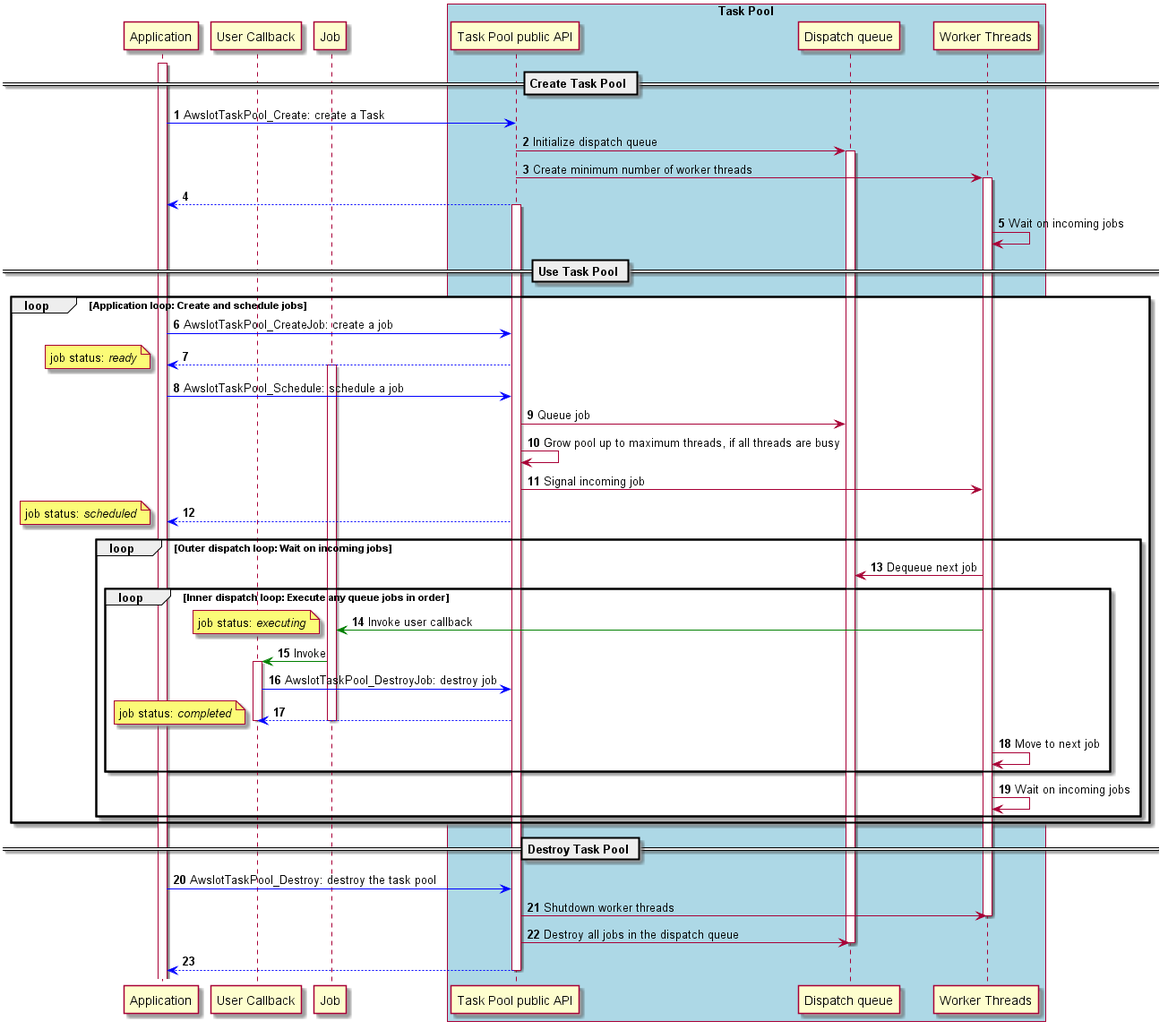
aws/aws-iot-device-sdk-embedded-C keeps this PlantUML diagram as doc/plantuml/images/taskpool_design_typicaloperation.png. Above is the earlier version. Source of this version:
```plantuml
@startuml
skinparam classFontSize 8
skinparam classFontName Helvetica
autonumber

participant "Application" as app
participant "User Callback" as callback
participant "Job" as job

participant "Task Pool public API" as TP
participant "Dispatch queue" as queue
participant "Worker Threads" as workers

box "Task Pool" #LightBlue
    participant TP
    participant queue
    participant workers
end box

== Create Task Pool ==

activate app

app -[#blue]> TP: AwsIotTaskPool_Create: create a Task
TP -> queue: Initialize dispatch queue
activate queue
TP -> workers: Create minimum number of worker threads
activate workers
TP --[#blue]> app
activate TP
workers -> workers: Wait on incoming jobs

== Use Task Pool ==

loop Application loop: Create and schedule jobs
	app -[#blue]> TP: AwsIotTaskPool_CreateJob: create a job
	TP --[#blue]> app
	activate job
	note left: job status: //ready//

	app -[#blue]> TP: AwsIotTaskPool_Schedule: schedule a job
	TP -> queue: Queue job
	TP -> TP: Grow pool up to maximum threads, if all threads are busy
	TP -> workers: Signal incoming job
	TP --[#blue]> app
	note left: job status: //scheduled//

	loop Outer dispatch loop: Wait on incoming jobs
		workers -> queue: Dequeue next job
		loop Inner dispatch loop: Execute any queue jobs in order
			workers -[#green]> job: Invoke user callback
			note left: job status: //executing//
			job -[#green]> callback: Invoke
			activate callback
			callback -[#blue]> TP: AwsIotTaskPool_DestroyJob: destroy job
			TP --[#blue]> callback
			note left: job status: //completed//
			deactivate job
			deactivate callback
			workers -> workers: Move to next job
		end
		workers -> workers: Wait on incoming jobs
	end

end

== Destroy Task Pool ==

    app -[#blue]> TP: AwsIotTaskPool_Destroy: destroy the task pool
	TP -> workers: Shutdown worker threads
	deactivate workers
	TP -> queue: Destroy all jobs in the dispatch queue
	deactivate queue
    TP --[#blue]> app
	deactivate TP

@enduml
```
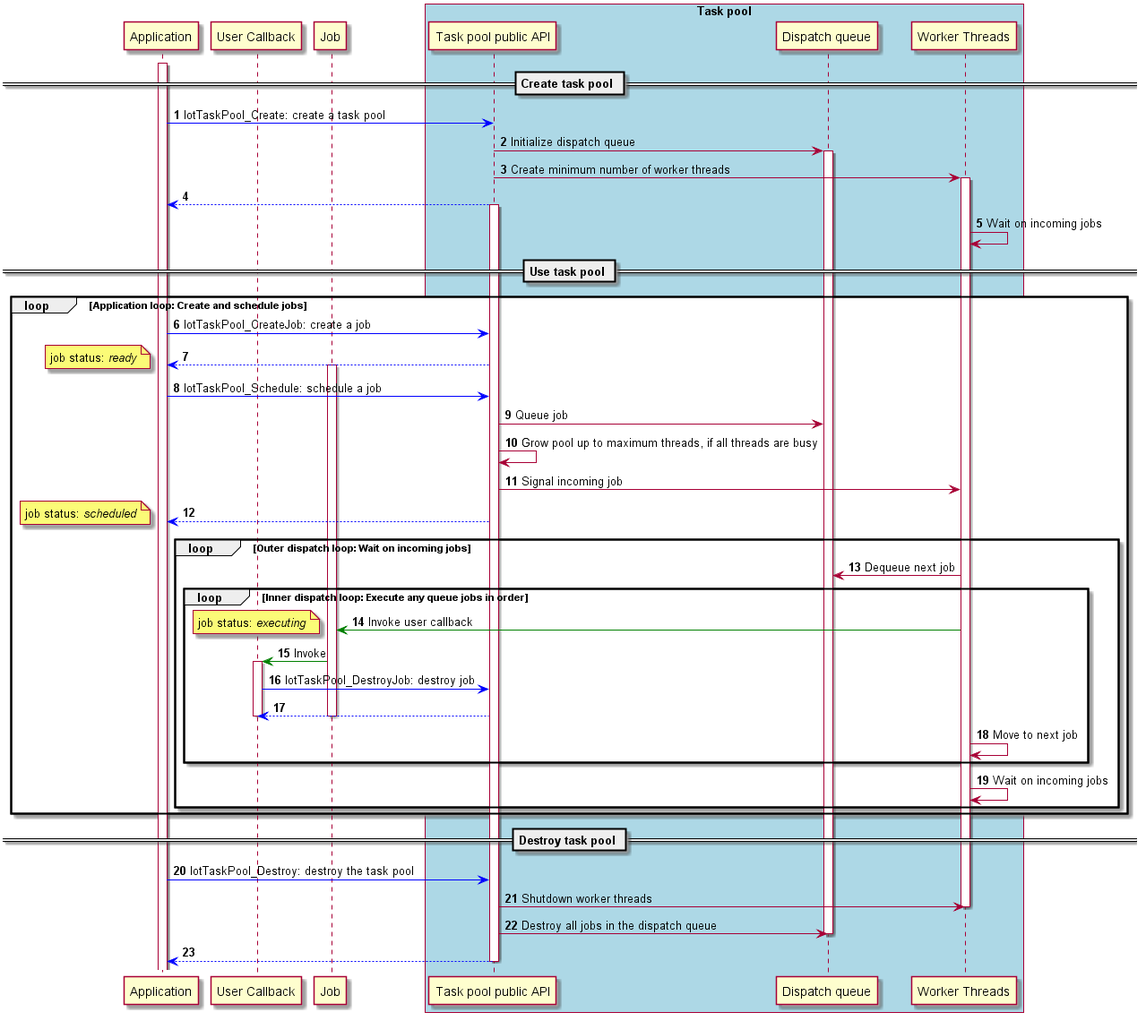
After the commit.

Commit message:
Updating doc image files for task pool

What changed in the source:
```diff
@@ -7,21 +7,21 @@
 participant "User Callback" as callback
 participant "Job" as job
 
-participant "Task Pool public API" as TP
+participant "Task pool public API" as TP
 participant "Dispatch queue" as queue
 participant "Worker Threads" as workers
 
-box "Task Pool" #LightBlue
+box "Task pool" #LightBlue
     participant TP
     participant queue
     participant workers
 end box
 
-== Create Task Pool ==
+== Create task pool ==
 
 activate app
 
-app -[#blue]> TP: AwsIotTaskPool_Create: create a Task
+app -[#blue]> TP: IotTaskPool_Create: create a task pool
 TP -> queue: Initialize dispatch queue
 activate queue
 TP -> workers: Create minimum number of worker threads
@@ -30,15 +30,15 @@
 activate TP
 workers -> workers: Wait on incoming jobs
 
-== Use Task Pool ==
+== Use task pool ==
 
 loop Application loop: Create and schedule jobs
-	app -[#blue]> TP: AwsIotTaskPool_CreateJob: create a job
+	app -[#blue]> TP: IotTaskPool_CreateJob: create a job
 	TP --[#blue]> app
 	activate job
 	note left: job status: //ready//
 
-	app -[#blue]> TP: AwsIotTaskPool_Schedule: schedule a job
+	app -[#blue]> TP: IotTaskPool_Schedule: schedule a job
 	TP -> queue: Queue job
 	TP -> TP: Grow pool up to maximum threads, if all threads are busy
 	TP -> workers: Signal incoming job
@@ -52,9 +52,8 @@
 			note left: job status: //executing//
 			job -[#green]> callback: Invoke
 			activate callback
-			callback -[#blue]> TP: AwsIotTaskPool_DestroyJob: destroy job
+			callback -[#blue]> TP: IotTaskPool_DestroyJob: destroy job
 			TP --[#blue]> callback
-			note left: job status: //completed//
 			deactivate job
 			deactivate callback
 			workers -> workers: Move to next job
@@ -64,9 +63,9 @@
 
 end
 
-== Destroy Task Pool ==
+== Destroy task pool ==
 
-    app -[#blue]> TP: AwsIotTaskPool_Destroy: destroy the task pool
+    app -[#blue]> TP: IotTaskPool_Destroy: destroy the task pool
 	TP -> workers: Shutdown worker threads
 	deactivate workers
 	TP -> queue: Destroy all jobs in the dispatch queue
```
